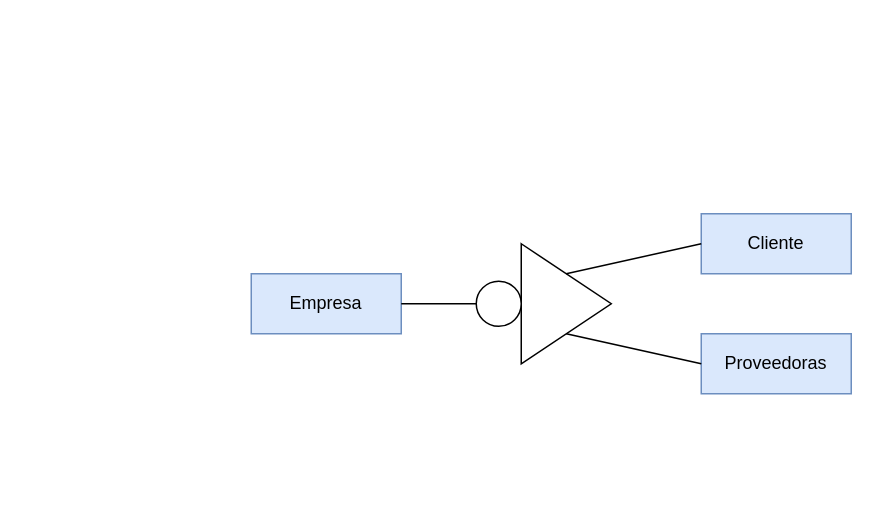
This is Unidad1/Tareas/Tarea evaluada4/Untitled Diagram.drawio from JVC0/Base-Datos, a draw.io file, before an edit. Source tidied: cells renumbered, new cells numbered last; positions are measured from the earlier drawing's top-left corner, leaving out a move shared by most shapes. Both pictures are drawn from the tidied source at 150%, with x=0, y=0 at pixel (250, 213).
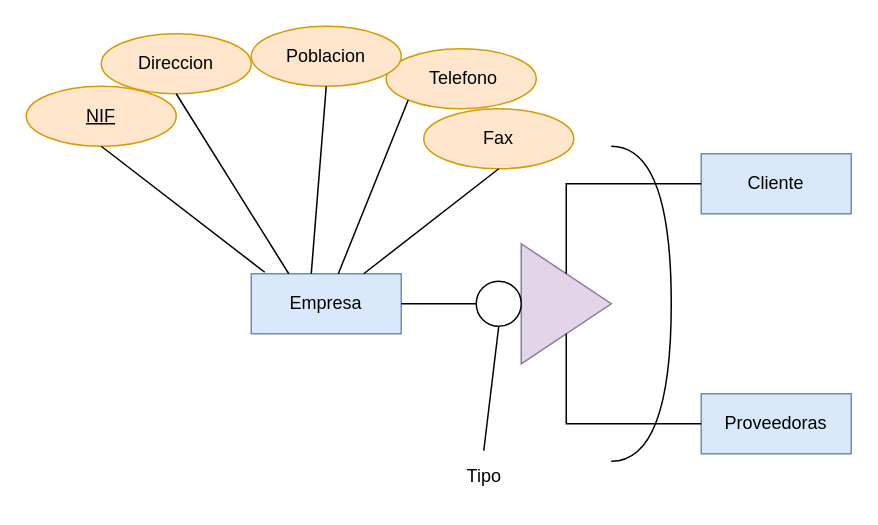
After the change.

The change refers to these unchanged cells:
```xml
<mxCell id="2" value="Empresa" style="whiteSpace=wrap;html=1;align=center;fillColor=#dae8fc;strokeColor=#6c8ebf;" parent="1" vertex="1">
  <mxGeometry y="40" width="100" height="40" as="geometry" />
</mxCell>
<mxCell id="6" style="ellipse;whiteSpace=wrap;html=1;" parent="1" vertex="1">
  <mxGeometry x="150" y="45" width="30" height="30" as="geometry" />
</mxCell>
```

Diff of the diagram source:
```diff
@@
     <mxCell id="3" value="Cliente" style="whiteSpace=wrap;html=1;align=center;fillColor=#dae8fc;strokeColor=#6c8ebf;" parent="1" vertex="1">
-      <mxGeometry x="300" width="100" height="40" as="geometry" />
+      <mxGeometry x="300" y="-40" width="100" height="40" as="geometry" />
     </mxCell>
     <mxCell id="4" value="Proveedoras" style="whiteSpace=wrap;html=1;align=center;fillColor=#dae8fc;strokeColor=#6c8ebf;" parent="1" vertex="1">
-      <mxGeometry x="300" y="80" width="100" height="40" as="geometry" />
+      <mxGeometry x="300" y="120" width="100" height="40" as="geometry" />
     </mxCell>
-    <mxCell id="5" style="triangle;whiteSpace=wrap;html=1;" parent="1" vertex="1">
+    <mxCell id="5" style="triangle;whiteSpace=wrap;html=1;fillColor=#e1d5e7;strokeColor=#9673a6;" parent="1" vertex="1">
       <mxGeometry x="180" y="20" width="60" height="80" as="geometry" />
     </mxCell>
@@
     <mxCell id="7" style="endArrow=none;html=1;rounded=0;entryX=0;entryY=0.5;entryDx=0;entryDy=0;exitX=0.5;exitY=0;exitDx=0;exitDy=0;" parent="1" edge="1" source="5" target="3">
-      <mxGeometry relative="1" as="geometry" />
+      <mxGeometry relative="1" as="geometry">
+        <Array as="points">
+          <mxPoint x="210" y="-20" />
+        </Array>
+      </mxGeometry>
     </mxCell>
     <mxCell id="8" style="endArrow=none;html=1;rounded=0;entryX=0.5;entryY=1;entryDx=0;entryDy=0;exitX=0;exitY=0.5;exitDx=0;exitDy=0;" parent="1" edge="1" source="4" target="5">
-      <mxGeometry relative="1" as="geometry" />
+      <mxGeometry relative="1" as="geometry">
+        <Array as="points">
+          <mxPoint x="210" y="140" />
+        </Array>
+      </mxGeometry>
     </mxCell>
@@
+    <mxCell id="10" value="NIF" style="ellipse;whiteSpace=wrap;html=1;align=center;fontStyle=4;fillColor=#ffe6cc;strokeColor=#d79b00;" parent="1" vertex="1">
+      <mxGeometry x="-150" y="-85" width="100" height="40" as="geometry" />
+    </mxCell>
+    <mxCell id="11" value="Direccion" style="ellipse;whiteSpace=wrap;html=1;align=center;fillColor=#ffe6cc;strokeColor=#d79b00;" parent="1" vertex="1">
+      <mxGeometry x="-100" y="-120" width="100" height="40" as="geometry" />
+    </mxCell>
+    <mxCell id="12" value="Fax" style="ellipse;whiteSpace=wrap;html=1;align=center;fillColor=#ffe6cc;strokeColor=#d79b00;" parent="1" vertex="1">
+      <mxGeometry x="115" y="-70" width="100" height="40" as="geometry" />
+    </mxCell>
+    <mxCell id="13" value="&amp;nbsp;Telefono" style="ellipse;whiteSpace=wrap;html=1;align=center;fillColor=#ffe6cc;strokeColor=#d79b00;" parent="1" vertex="1">
+      <mxGeometry x="90" y="-110" width="100" height="40" as="geometry" />
+    </mxCell>
+    <mxCell id="14" value="Poblacion" style="ellipse;whiteSpace=wrap;html=1;align=center;fillColor=#ffe6cc;strokeColor=#d79b00;" parent="1" vertex="1">
+      <mxGeometry y="-125" width="100" height="40" as="geometry" />
+    </mxCell>
+    <mxCell id="15" style="endArrow=none;html=1;rounded=0;exitX=0.09;exitY=-0.025;exitDx=0;exitDy=0;exitPerimeter=0;entryX=0.5;entryY=1;entryDx=0;entryDy=0;" parent="1" edge="1" source="2" target="10">
+      <mxGeometry relative="1" as="geometry" />
+    </mxCell>
+    <mxCell id="16" style="endArrow=none;html=1;rounded=0;entryX=0.5;entryY=1;entryDx=0;entryDy=0;exitX=0.25;exitY=0;exitDx=0;exitDy=0;" parent="1" edge="1" source="2" target="11">
+      <mxGeometry relative="1" as="geometry" />
+    </mxCell>
+    <mxCell id="17" style="endArrow=none;html=1;rounded=0;entryX=0.5;entryY=1;entryDx=0;entryDy=0;exitX=0.5;exitY=-0.067;exitDx=0;exitDy=0;exitPerimeter=0;" parent="1" edge="1" source="18" target="6">
+      <mxGeometry relative="1" as="geometry" />
+    </mxCell>
+    <mxCell id="18" value="Tipo" style="text;html=1;align=center;verticalAlign=middle;points=[];strokeColor=none;fillColor=none;" parent="1" vertex="1">
+      <mxGeometry x="130" y="160" width="50" height="30" as="geometry" />
+    </mxCell>
+    <mxCell id="19" style="shape=requiredInterface;html=1;verticalLabelPosition=bottom;sketch=0;" parent="1" vertex="1">
+      <mxGeometry x="240" y="-45" width="40" height="210" as="geometry" />
+    </mxCell>
+    <mxCell id="20" style="endArrow=none;html=1;rounded=0;entryX=0.5;entryY=1;entryDx=0;entryDy=0;" parent="1" edge="1" target="14">
+      <mxGeometry relative="1" as="geometry">
+        <mxPoint x="40" y="40" as="sourcePoint" />
+      </mxGeometry>
+    </mxCell>
+    <mxCell id="21" style="endArrow=none;html=1;rounded=0;entryX=0;entryY=1;entryDx=0;entryDy=0;" parent="1" edge="1" source="2" target="13">
+      <mxGeometry relative="1" as="geometry" />
+    </mxCell>
+    <mxCell id="22" style="endArrow=none;html=1;rounded=0;entryX=0.5;entryY=1;entryDx=0;entryDy=0;exitX=0.75;exitY=0;exitDx=0;exitDy=0;" parent="1" edge="1" source="2" target="12">
+      <mxGeometry relative="1" as="geometry" />
+    </mxCell>
```
